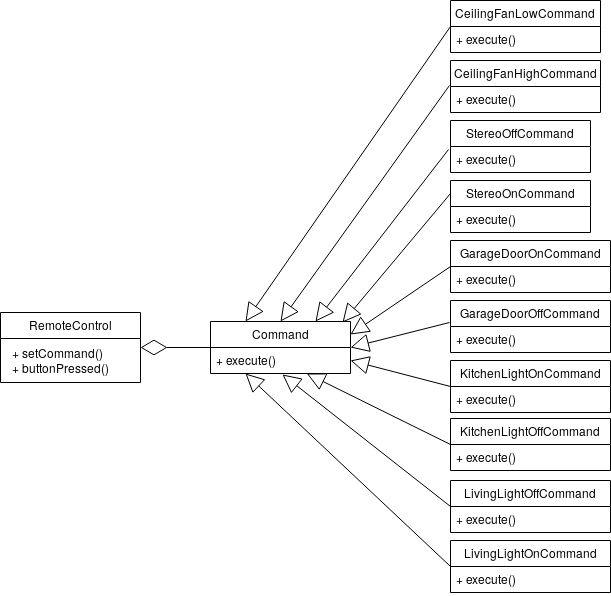
Before: docs/class_diagram.png, a diagram exported from draw.io (utec-cs2901-2019-2/design-command-grupo-iii). Source tidied: cells renumbered, new cells last; positions are measured from the earlier drawing's top-left corner, leaving out a move shared by most shapes.
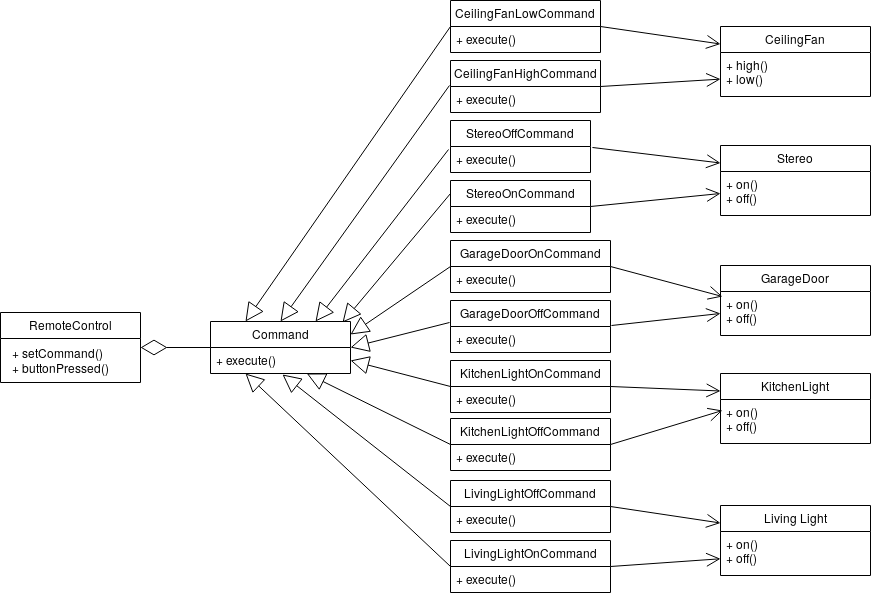
After the change.

Commit message:
Added class diagram 3.0

Diff of the diagram source:
```diff
@@ -107,5 +107,65 @@
     <mxCell id="36" value="+ setCommand()&lt;br&gt;+ buttonPressed()" style="text;html=1;align=left;verticalAlign=top;spacingTop=-4;" parent="1" vertex="1">
       <mxGeometry x="10" y="343" width="110" height="30" as="geometry" />
     </mxCell>
+    <mxCell id="37" value="CeilingFan" style="swimlane;fontStyle=0;horizontal=1;startSize=26;fillColor=none;" parent="1" vertex="1">
+      <mxGeometry x="720" y="26" width="150" height="70" as="geometry" />
+    </mxCell>
+    <mxCell id="38" value="+ high()&#10;+ low()&#10;" style="text;strokeColor=none;fillColor=none;align=left;verticalAlign=top;spacingLeft=4;spacingRight=4;overflow=hidden;points=[[0,0.5],[1,0.5]];portConstraint=eastwest;" parent="37" vertex="1">
+      <mxGeometry y="26" width="150" height="44" as="geometry" />
+    </mxCell>
+    <mxCell id="39" style="endArrow=open;endFill=1;endSize=12;html=1;exitX=1;exitY=0.5;exitDx=0;exitDy=0;entryX=0;entryY=0.25;entryDx=0;entryDy=0;" parent="1" edge="1" source="7" target="37">
+      <mxGeometry relative="1" as="geometry" />
+    </mxCell>
+    <mxCell id="40" style="endArrow=open;endFill=1;endSize=12;html=1;exitX=1;exitY=0.5;exitDx=0;exitDy=0;" parent="1" edge="1" source="9" target="38">
+      <mxGeometry relative="1" as="geometry" />
+    </mxCell>
+    <mxCell id="41" value="Stereo" style="swimlane;fontStyle=0;horizontal=1;startSize=26;fillColor=none;" parent="1" vertex="1">
+      <mxGeometry x="720" y="145" width="150" height="70" as="geometry" />
+    </mxCell>
+    <mxCell id="42" value="+ on()&#10;+ off()&#10;" style="text;strokeColor=none;fillColor=none;align=left;verticalAlign=top;spacingLeft=4;spacingRight=4;overflow=hidden;points=[[0,0.5],[1,0.5]];portConstraint=eastwest;" parent="41" vertex="1">
+      <mxGeometry y="26" width="150" height="44" as="geometry" />
+    </mxCell>
+    <mxCell id="43" value="GarageDoor" style="swimlane;fontStyle=0;horizontal=1;startSize=26;fillColor=none;" parent="1" vertex="1">
+      <mxGeometry x="720" y="265" width="150" height="70" as="geometry" />
+    </mxCell>
+    <mxCell id="44" value="+ on()&#10;+ off()&#10;" style="text;strokeColor=none;fillColor=none;align=left;verticalAlign=top;spacingLeft=4;spacingRight=4;overflow=hidden;points=[[0,0.5],[1,0.5]];portConstraint=eastwest;" parent="43" vertex="1">
+      <mxGeometry y="26" width="150" height="44" as="geometry" />
+    </mxCell>
+    <mxCell id="45" value="KitchenLight" style="swimlane;fontStyle=0;horizontal=1;startSize=26;fillColor=none;" parent="1" vertex="1">
+      <mxGeometry x="720" y="373" width="150" height="70" as="geometry" />
+    </mxCell>
+    <mxCell id="46" value="+ on()&#10;+ off()&#10;" style="text;strokeColor=none;fillColor=none;align=left;verticalAlign=top;spacingLeft=4;spacingRight=4;overflow=hidden;points=[[0,0.5],[1,0.5]];portConstraint=eastwest;" parent="45" vertex="1">
+      <mxGeometry y="26" width="150" height="44" as="geometry" />
+    </mxCell>
+    <mxCell id="47" value="Living Light" style="swimlane;fontStyle=0;horizontal=1;startSize=26;fillColor=none;" parent="1" vertex="1">
+      <mxGeometry x="720" y="505" width="150" height="70" as="geometry" />
+    </mxCell>
+    <mxCell id="48" value="+ on()&#10;+ off()&#10;" style="text;strokeColor=none;fillColor=none;align=left;verticalAlign=top;spacingLeft=4;spacingRight=4;overflow=hidden;points=[[0,0.5],[1,0.5]];portConstraint=eastwest;" parent="47" vertex="1">
+      <mxGeometry y="26" width="150" height="44" as="geometry" />
+    </mxCell>
+    <mxCell id="49" style="endArrow=open;endFill=1;endSize=12;html=1;exitX=1.014;exitY=0.038;exitDx=0;exitDy=0;entryX=0;entryY=0.25;entryDx=0;entryDy=0;exitPerimeter=0;" parent="1" edge="1" source="15" target="41">
+      <mxGeometry relative="1" as="geometry" />
+    </mxCell>
+    <mxCell id="50" style="endArrow=open;endFill=1;endSize=12;html=1;exitX=1;exitY=0.5;exitDx=0;exitDy=0;entryX=0;entryY=0.5;entryDx=0;entryDy=0;" parent="1" edge="1" source="16" target="42">
+      <mxGeometry relative="1" as="geometry" />
+    </mxCell>
+    <mxCell id="51" style="endArrow=open;endFill=1;endSize=12;html=1;exitX=1;exitY=0.5;exitDx=0;exitDy=0;entryX=0.013;entryY=0.114;entryDx=0;entryDy=0;entryPerimeter=0;" parent="1" edge="1" source="20" target="44">
+      <mxGeometry relative="1" as="geometry" />
+    </mxCell>
+    <mxCell id="52" style="endArrow=open;endFill=1;endSize=12;html=1;exitX=1.006;exitY=-0.038;exitDx=0;exitDy=0;exitPerimeter=0;entryX=0;entryY=0.5;entryDx=0;entryDy=0;" parent="1" edge="1" source="19" target="44">
+      <mxGeometry relative="1" as="geometry" />
+    </mxCell>
+    <mxCell id="53" style="endArrow=open;endFill=1;endSize=12;html=1;exitX=1;exitY=0.5;exitDx=0;exitDy=0;entryX=0;entryY=0.25;entryDx=0;entryDy=0;" parent="1" edge="1" source="24" target="45">
+      <mxGeometry relative="1" as="geometry" />
+    </mxCell>
+    <mxCell id="54" style="endArrow=open;endFill=1;endSize=12;html=1;exitX=1;exitY=0.5;exitDx=0;exitDy=0;entryX=0.013;entryY=0.25;entryDx=0;entryDy=0;entryPerimeter=0;" parent="1" edge="1" source="22" target="46">
+      <mxGeometry relative="1" as="geometry" />
+    </mxCell>
+    <mxCell id="55" style="endArrow=open;endFill=1;endSize=12;html=1;exitX=1;exitY=0.5;exitDx=0;exitDy=0;entryX=0;entryY=0.25;entryDx=0;entryDy=0;" parent="1" edge="1" source="26" target="47">
+      <mxGeometry relative="1" as="geometry" />
+    </mxCell>
+    <mxCell id="56" style="endArrow=open;endFill=1;endSize=12;html=1;exitX=1;exitY=0.5;exitDx=0;exitDy=0;" parent="1" edge="1" source="28" target="48">
+      <mxGeometry relative="1" as="geometry" />
+    </mxCell>
   </root>
 </mxGraphModel>
```
